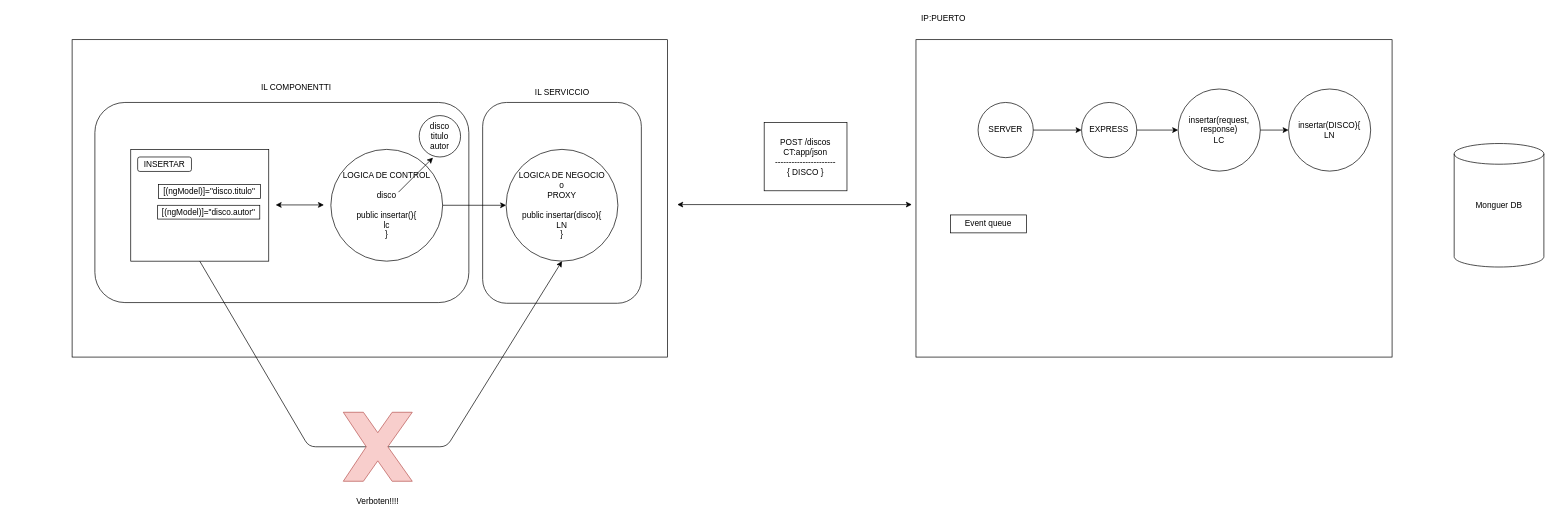
This is page "CAPAS" (34 of 64) of diagramas.drawio from almoril00/MEAN, a draw.io file, before an edit. Source tidied: cells renumbered, new cells numbered last; positions are measured from the earlier drawing's top-left corner, leaving out a move shared by most shapes. Both pictures are drawn from the tidied source at 69%, with x=0, y=0 at pixel (72, 12).
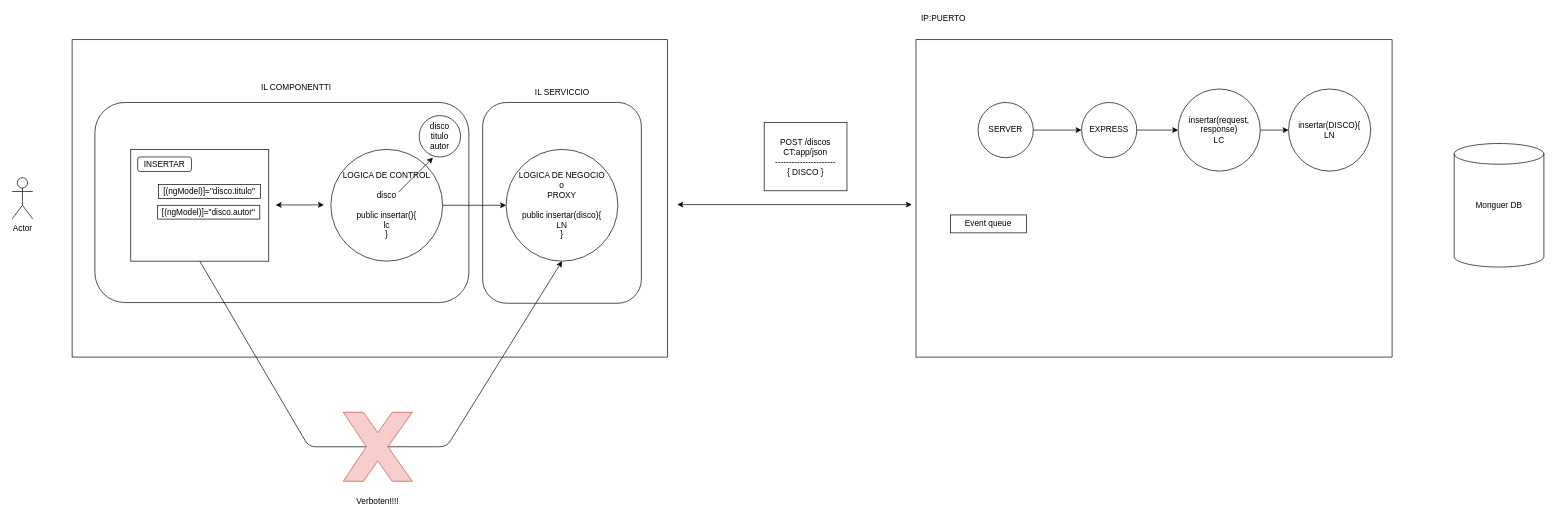
Above is the later version.

Change to the diagram source:
```diff
@@
+    <mxCell id="33" value="Actor" style="shape=umlActor;verticalLabelPosition=bottom;verticalAlign=top;html=1;" parent="1" vertex="1">
+      <mxGeometry x="-87" y="240" width="30" height="60" as="geometry" />
+    </mxCell>
```
